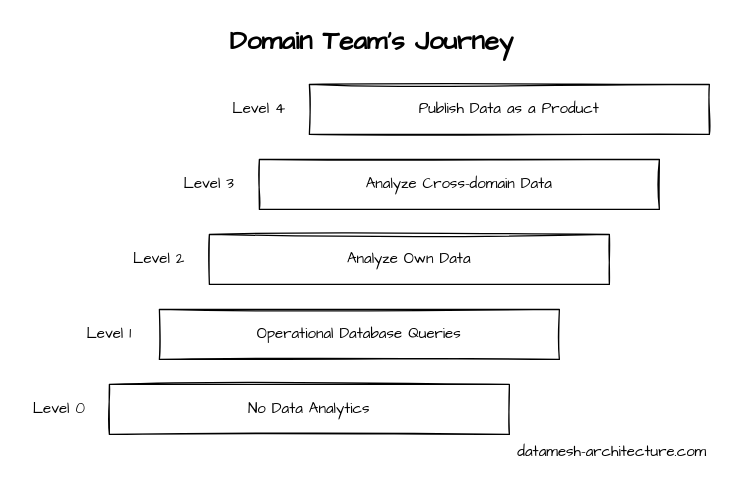
Above: page "Status Quo" (1 of 2) of diagrams/domainteamjourney.drawio in datamesh-architecture/datamesh-architecture.com (draw.io), before the change. Source tidied: cells renumbered, new cells numbered last; positions are measured from the earlier drawing's top-left corner, leaving out a move shared by most shapes. Both pictures are drawn from the tidied source at 125%, with x=0, y=0 at pixel (21, 21).
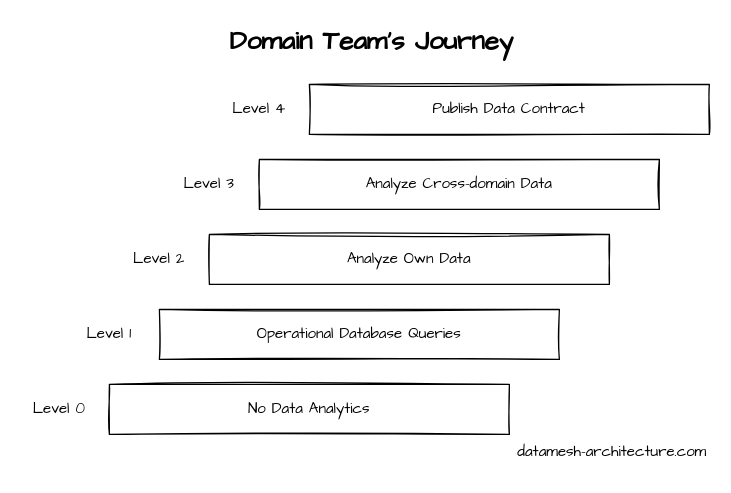
The same page after the edit.

What changed in the source:
```diff
@@
 <mxGraphModel>
   <root>
     <mxCell id="0" />
     <mxCell id="1" parent="0" />
     <mxCell id="2" value="No Data Analytics" style="rounded=0;whiteSpace=wrap;html=1;sketch=1;fontFamily=Architects Daughter;" parent="1" vertex="1">
       <mxGeometry x="70" y="290" width="320" height="40" as="geometry" />
     </mxCell>
     <mxCell id="3" value="Operational Database Queries" style="rounded=0;whiteSpace=wrap;html=1;sketch=1;fontFamily=Architects Daughter;" parent="1" vertex="1">
       <mxGeometry x="110" y="230" width="320" height="40" as="geometry" />
     </mxCell>
     <mxCell id="4" value="Analyze Own Data" style="rounded=0;whiteSpace=wrap;html=1;sketch=1;fontFamily=Architects Daughter;" parent="1" vertex="1">
       <mxGeometry x="150" y="170" width="320" height="40" as="geometry" />
     </mxCell>
     <mxCell id="5" value="Analyze Cross-domain Data" style="rounded=0;whiteSpace=wrap;html=1;sketch=1;fontFamily=Architects Daughter;" parent="1" vertex="1">
       <mxGeometry x="190" y="110" width="320" height="40" as="geometry" />
     </mxCell>
-    <mxCell id="6" value="Publish Data as a Product" style="rounded=0;whiteSpace=wrap;html=1;sketch=1;fontFamily=Architects Daughter;" parent="1" vertex="1">
+    <mxCell id="6" value="Publish Data Contract" style="rounded=0;whiteSpace=wrap;html=1;sketch=1;fontFamily=Architects Daughter;" parent="1" vertex="1">
       <mxGeometry x="230" y="50" width="320" height="40" as="geometry" />
     </mxCell>
     <mxCell id="7" value="Level 4" style="text;html=1;strokeColor=none;fillColor=none;align=center;verticalAlign=middle;whiteSpace=wrap;rounded=0;sketch=1;fontFamily=Architects Daughter;" parent="1" vertex="1">
       <mxGeometry x="160" y="55" width="60" height="30" as="geometry" />
     </mxCell>
     <mxCell id="8" value="Level 3" style="text;html=1;strokeColor=none;fillColor=none;align=center;verticalAlign=middle;whiteSpace=wrap;rounded=0;sketch=1;fontFamily=Architects Daughter;" parent="1" vertex="1">
       <mxGeometry x="120" y="115" width="60" height="30" as="geometry" />
     </mxCell>
     <mxCell id="9" value="Level 2" style="text;html=1;strokeColor=none;fillColor=none;align=center;verticalAlign=middle;whiteSpace=wrap;rounded=0;sketch=1;fontFamily=Architects Daughter;" parent="1" vertex="1">
       <mxGeometry x="80" y="175" width="60" height="30" as="geometry" />
     </mxCell>
     <mxCell id="10" value="Level 1" style="text;html=1;strokeColor=none;fillColor=none;align=center;verticalAlign=middle;whiteSpace=wrap;rounded=0;sketch=1;fontFamily=Architects Daughter;" parent="1" vertex="1">
       <mxGeometry x="40" y="235" width="60" height="30" as="geometry" />
     </mxCell>
     <mxCell id="11" value="Level 0" style="text;html=1;strokeColor=none;fillColor=none;align=center;verticalAlign=middle;whiteSpace=wrap;rounded=0;sketch=1;fontFamily=Architects Daughter;" parent="1" vertex="1">
       <mxGeometry y="295" width="60" height="30" as="geometry" />
     </mxCell>
     <mxCell id="12" value="datamesh-architecture.com" style="text;html=1;strokeColor=none;fillColor=none;align=right;verticalAlign=middle;whiteSpace=wrap;rounded=0;sketch=1;fillStyle=hachure;fontFamily=Architects Daughter;fontSize=12;fontColor=#000000;" parent="1" vertex="1">
       <mxGeometry x="280" y="330" width="270" height="30" as="geometry" />
     </mxCell>
     <mxCell id="13" value="Domain Team's Journey" style="text;html=1;strokeColor=none;fillColor=none;align=center;verticalAlign=middle;whiteSpace=wrap;rounded=0;sketch=1;fontFamily=Architects Daughter;fontSize=21;fontStyle=1;" parent="1" vertex="1">
       <mxGeometry x="10" width="540" height="30" as="geometry" />
     </mxCell>
   </root>
 </mxGraphModel>
```
